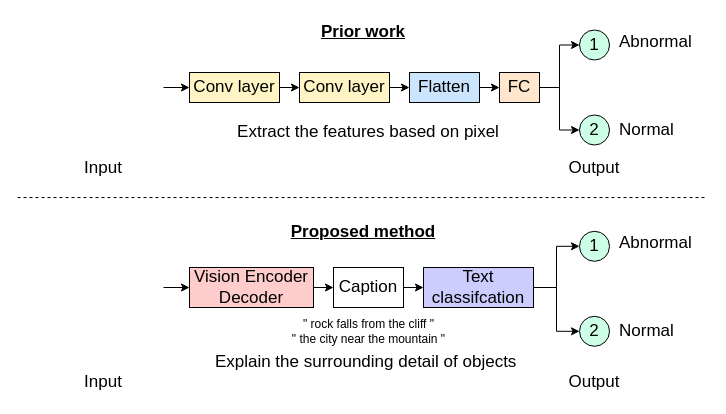
Earlier version of the draw.io diagram page "Proposed method" (4 of 7) of Architecture.drawio (MingNarongthat/Anomaly_Transformers). Source tidied: cells renumbered, new cells numbered last; positions are measured from the earlier drawing's top-left corner, leaving out a move shared by most shapes. Both pictures are drawn from the tidied source at 100%, with x=0, y=0 at pixel (17, 17).
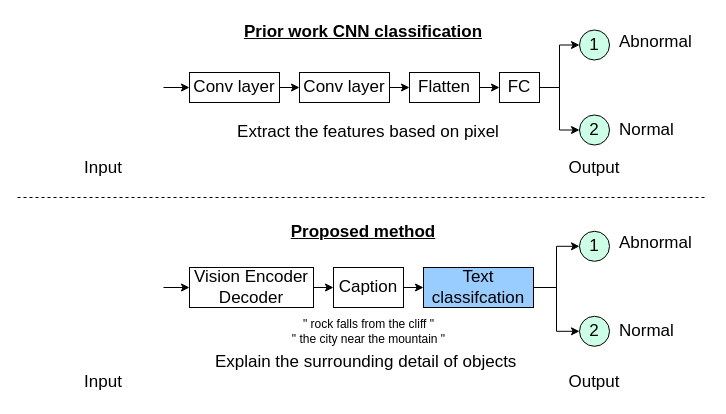
Above is the later version.

The edit, as a diff of the source:
```diff
@@
-    <mxCell id="3" value="Conv layer" style="rounded=0;whiteSpace=wrap;html=1;fontSize=17;fillColor=#FFF4C3;" parent="1" vertex="1">
+    <mxCell id="3" value="Conv layer" style="rounded=0;whiteSpace=wrap;html=1;fontSize=17;" parent="1" vertex="1">
       <mxGeometry x="172" y="55" width="90" height="30" as="geometry" />
     </mxCell>
@@
-    <mxCell id="5" value="Conv layer" style="rounded=0;whiteSpace=wrap;html=1;fontSize=17;fillColor=#FFF4C3;" parent="1" vertex="1">
+    <mxCell id="5" value="Conv layer" style="rounded=0;whiteSpace=wrap;html=1;fontSize=17;" parent="1" vertex="1">
       <mxGeometry x="282" y="55" width="90" height="30" as="geometry" />
     </mxCell>
@@
-    <mxCell id="7" value="Flatten" style="rounded=0;whiteSpace=wrap;html=1;fontSize=17;fillColor=#CCE5FF;" parent="1" vertex="1">
+    <mxCell id="7" value="Flatten" style="rounded=0;whiteSpace=wrap;html=1;fontSize=17;" parent="1" vertex="1">
       <mxGeometry x="392" y="55" width="70" height="30" as="geometry" />
     </mxCell>
@@
-    <mxCell id="10" value="FC" style="rounded=0;whiteSpace=wrap;html=1;fontSize=17;fillColor=#FFE6CC;" parent="1" vertex="1">
+    <mxCell id="10" value="FC" style="rounded=0;whiteSpace=wrap;html=1;fontSize=17;" parent="1" vertex="1">
       <mxGeometry x="482" y="55" width="40" height="30" as="geometry" />
     </mxCell>
@@
-    <mxCell id="17" value="Vision Encoder Decoder" style="rounded=0;whiteSpace=wrap;html=1;fontSize=17;fillColor=#FFCCCC;" parent="1" vertex="1">
+    <mxCell id="17" value="Vision Encoder Decoder" style="rounded=0;whiteSpace=wrap;html=1;fontSize=17;" parent="1" vertex="1">
       <mxGeometry x="172" y="250" width="124" height="40" as="geometry" />
     </mxCell>
@@
-    <mxCell id="22" value="Text classifcation" style="rounded=0;whiteSpace=wrap;html=1;fontSize=17;fillColor=#CCCCFF;" parent="1" vertex="1">
+    <mxCell id="22" value="Text classifcation" style="rounded=0;whiteSpace=wrap;html=1;fontSize=17;fillColor=#99CCFF;" parent="1" vertex="1">
       <mxGeometry x="406" y="250" width="110" height="40" as="geometry" />
     </mxCell>
@@
-    <mxCell id="38" value="&lt;b&gt;&lt;u&gt;Prior work&lt;/u&gt;&lt;/b&gt;" style="rounded=0;whiteSpace=wrap;html=1;fontSize=17;fillColor=none;strokeColor=none;align=center;" parent="1" vertex="1">
+    <mxCell id="38" value="&lt;b&gt;&lt;u&gt;Prior work CNN classification&lt;/u&gt;&lt;/b&gt;" style="rounded=0;whiteSpace=wrap;html=1;fontSize=17;fillColor=none;strokeColor=none;align=center;" parent="1" vertex="1">
       <mxGeometry x="186" width="320" height="30" as="geometry" />
     </mxCell>
```
